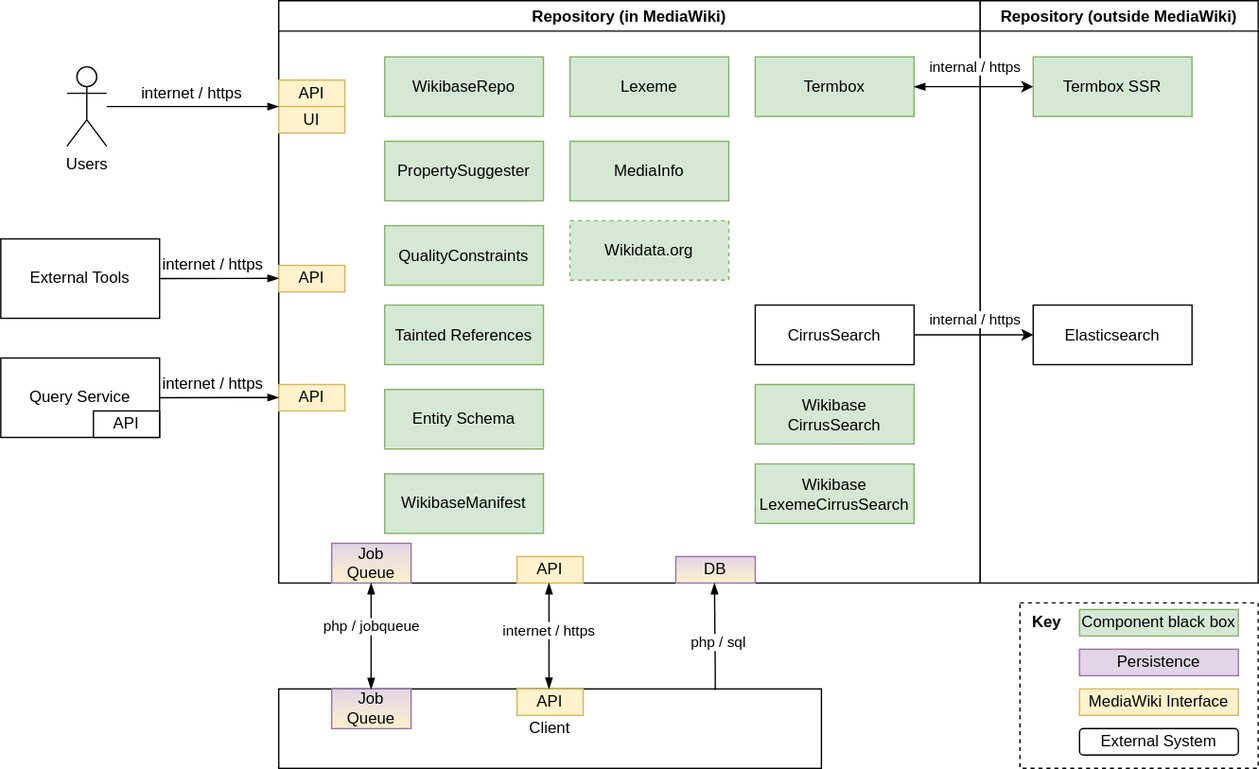
Above: systems/Repository/diagrams/03-technical-context.drawio.svg in wmde/wikidata-wikibase-architecture (draw.io), before the change. Source tidied: cells renumbered, new cells last; positions are measured from the earlier drawing's top-left corner, leaving out a move shared by most shapes.
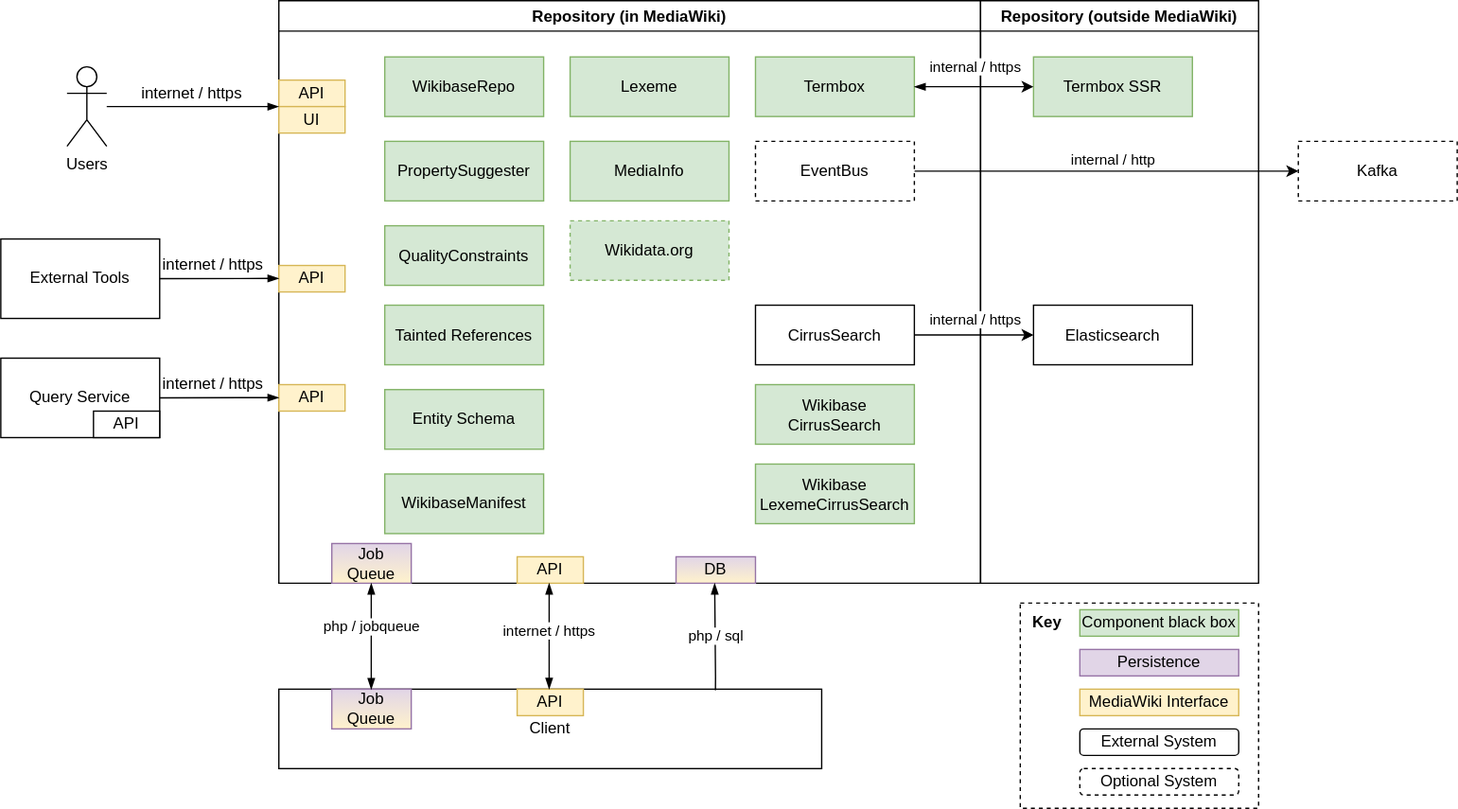
Later version of the same file.

Commit message:
Add parts to repo & more glossary entries

What changed in the source:
```diff
@@ -3,7 +3,7 @@
     <mxCell id="0" />
     <mxCell id="1" parent="0" />
     <mxCell id="2" style="rounded=0;whiteSpace=wrap;html=1;fillColor=none;dashed=1;" parent="1" vertex="1">
-      <mxGeometry x="770" y="455" width="180" height="125" as="geometry" />
+      <mxGeometry x="770" y="455" width="180" height="155" as="geometry" />
     </mxCell>
     <mxCell id="3" value="&lt;b&gt;Key&lt;/b&gt;" style="text;html=1;align=center;verticalAlign=middle;strokeColor=none;" parent="1" vertex="1">
       <mxGeometry x="770" y="460" width="40" height="20" as="geometry" />
@@ -94,6 +94,20 @@
     <mxCell id="30" value="Wikidata.org" style="rounded=0;whiteSpace=wrap;html=1;fillColor=#d5e8d4;strokeColor=#82b366;dashed=1;" parent="8" vertex="1">
       <mxGeometry x="220" y="166.2" width="120" height="45" as="geometry" />
     </mxCell>
+    <mxCell id="55" style="edgeStyle=orthogonalEdgeStyle;rounded=0;jettySize=auto;html=1;entryX=0;entryY=0.5;entryDx=0;entryDy=0;" parent="8" edge="1" source="57" target="58">
+      <mxGeometry relative="1" as="geometry" />
+    </mxCell>
+    <mxCell id="56" value="internal / http" style="edgeLabel;html=1;align=center;verticalAlign=middle;" parent="55" vertex="1">
+      <mxGeometry x="-0.17" y="-3" relative="1" as="geometry">
+        <mxPoint x="29" y="-12" as="offset" />
+      </mxGeometry>
+    </mxCell>
+    <mxCell id="57" value="EventBus" style="rounded=0;whiteSpace=wrap;html=1;dashed=1;" parent="8" vertex="1">
+      <mxGeometry x="360" y="106.2" width="120" height="45" as="geometry" />
+    </mxCell>
+    <mxCell id="58" value="Kafka" style="rounded=0;whiteSpace=wrap;html=1;dashed=1;" parent="8" vertex="1">
+      <mxGeometry x="770" y="106.2" width="120" height="45" as="geometry" />
+    </mxCell>
     <mxCell id="31" value="Users" style="shape=umlActor;verticalLabelPosition=bottom;verticalAlign=top;html=1;" parent="1" vertex="1">
       <mxGeometry x="50" y="50" width="30" height="60" as="geometry" />
     </mxCell>
@@ -154,7 +168,9 @@
       </mxGeometry>
     </mxCell>
     <mxCell id="45" value="php / sql" style="edgeLabel;html=1;align=center;verticalAlign=middle;" parent="44" vertex="1">
-      <mxGeometry x="-0.11" y="-2" relative="1" as="geometry" />
+      <mxGeometry x="-0.11" y="-2" relative="1" as="geometry">
+        <mxPoint x="-2" y="-5" as="offset" />
+      </mxGeometry>
     </mxCell>
     <mxCell id="46" style="endArrow=blockThin;strokeColor=#000000;fontSize=10;fontColor=#000000;strokeWidth=1;endFill=1;startArrow=none;startFill=0;entryX=0;entryY=0;entryDx=0;entryDy=0;" parent="1" edge="1">
       <mxGeometry relative="1" as="geometry">
@@ -192,5 +208,8 @@
         <mxPoint x="10" y="-10" as="offset" />
       </mxGeometry>
     </mxCell>
+    <mxCell id="59" value="Optional System" style="rounded=1;whiteSpace=wrap;html=1;align=center;dashed=1;" parent="1" vertex="1">
+      <mxGeometry x="815" y="580" width="120" height="20" as="geometry" />
+    </mxCell>
   </root>
 </mxGraphModel>
```
